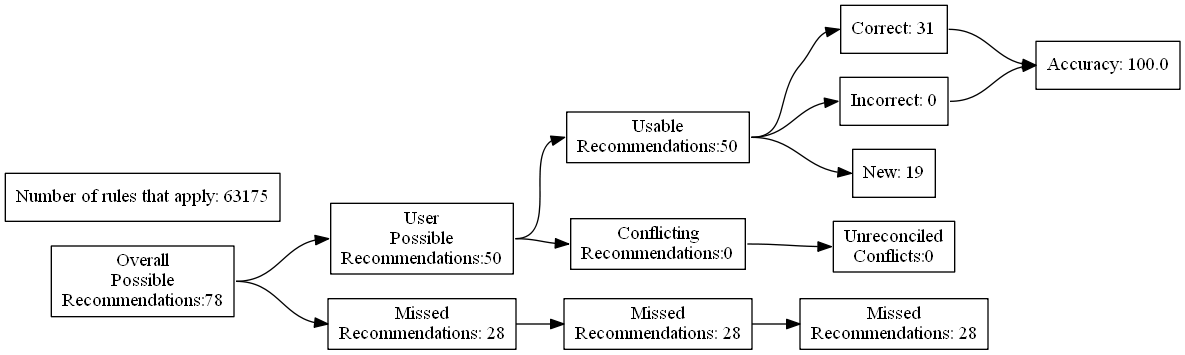
Before: test_renders/9.gv.png, a diagram exported from Graphviz (ZaxR/ibd_diet_analysis). Its source is kept beside it as test_renders/9.gv.
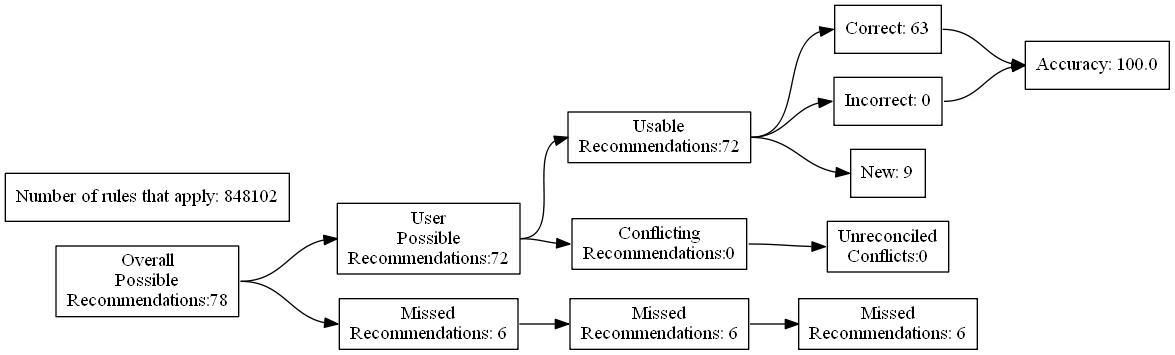
Above is the later version.

Change to the diagram source:
```diff
@@ -7,24 +7,24 @@
 Recommendations:78"]
 		B [label="User
 Possible
-Recommendations:50"]
+Recommendations:72"]
 		C [label="Missed
-Recommendations: 28"]
+Recommendations: 6"]
 		D [label="Usable
-Recommendations:50"]
+Recommendations:72"]
 		E [label="Conflicting
 Recommendations:0"]
 		J [label="Missed
-Recommendations: 28"]
+Recommendations: 6"]
 		M [label="Unreconciled
 Conflicts:0"]
-		F [label="Correct: 31"]
+		F [label="Correct: 63"]
 		G [label="Incorrect: 0"]
-		H [label="New: 19"]
+		H [label="New: 9"]
 		K [label="Missed
-Recommendations: 28"]
+Recommendations: 6"]
 		I [label="Accuracy: 100.0"]
-		l [label="Number of rules that apply: 63175"]
+		l [label="Number of rules that apply: 848102"]
 			A -> B
 			A -> C
 			B -> D
```
